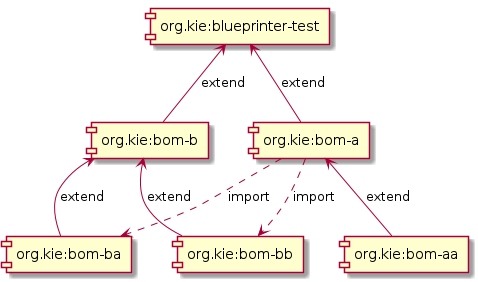
gitgabrio/blueprinter-maven-plugin keeps this PlantUML diagram as scheme.png. Above is the earlier version. Its diagram source:
```plantuml
@startuml
[org.kie:blueprinter-test]
[org.kie:bom-a]
[org.kie:bom-aa]
[org.kie:bom-b]
[org.kie:bom-ba]
[org.kie:bom-bb]
[org.kie:bom-a] ..> [org.kie:bom-bb] : import
[org.kie:bom-a] ..> [org.kie:bom-ba] : import
[org.kie:blueprinter-test] <-- [org.kie:bom-a] : extend
[org.kie:blueprinter-test] <-- [org.kie:bom-b] : extend
[org.kie:bom-b] <-- [org.kie:bom-ba] : extend
[org.kie:bom-b] <-- [org.kie:bom-bb] : extend
[org.kie:bom-a] <-- [org.kie:bom-aa] : extend
@enduml
```
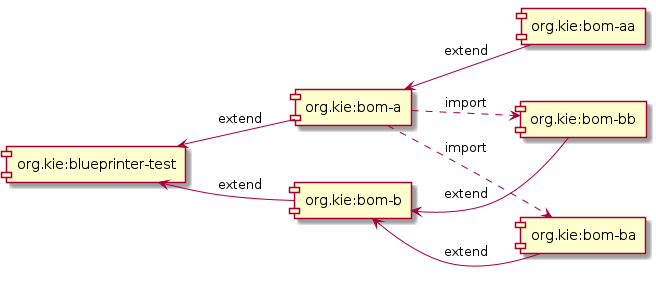
After the commit.

Commit message:
Generating left to right scheme. Add autogenerated help mojo. Updated png

The edit, as a diff of the source:
```diff
@@ -1,15 +1,19 @@
 @startuml
+left to right direction
 [org.kie:blueprinter-test]
 [org.kie:bom-a]
 [org.kie:bom-aa]
 [org.kie:bom-b]
 [org.kie:bom-ba]
 [org.kie:bom-bb]
+[org.kie:bom-b]
+[org.kie:bom-a]
+[org.kie:blueprinter-test]
+[org.kie:bom-b] <-- [org.kie:bom-ba] : extend
+[org.kie:bom-a] <-- [org.kie:bom-aa] : extend
+[org.kie:bom-b] <-- [org.kie:bom-bb] : extend
+[org.kie:blueprinter-test] <-- [org.kie:bom-a] : extend
 [org.kie:bom-a] ..> [org.kie:bom-bb] : import
+[org.kie:blueprinter-test] <-- [org.kie:bom-b] : extend
 [org.kie:bom-a] ..> [org.kie:bom-ba] : import
-[org.kie:blueprinter-test] <-- [org.kie:bom-a] : extend
-[org.kie:blueprinter-test] <-- [org.kie:bom-b] : extend
-[org.kie:bom-b] <-- [org.kie:bom-ba] : extend
-[org.kie:bom-b] <-- [org.kie:bom-bb] : extend
-[org.kie:bom-a] <-- [org.kie:bom-aa] : extend
 @enduml
```
